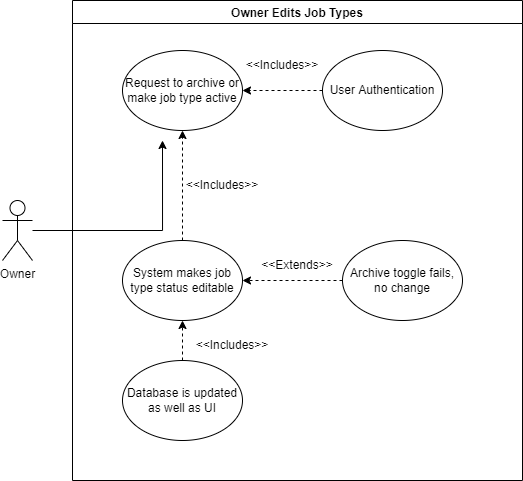
The draw.io diagram docs/use_case_diagrams/OwnerEditsJobTypes-UCD.png in Simponic/JobFindr, before a commit. Source tidied: cells renumbered, new cells last; positions are measured from the earlier drawing's top-left corner, leaving out a move shared by most shapes. Its diagram source:
```xml
<mxGraphModel>
  <root>
    <mxCell id="0" />
    <mxCell id="1" parent="0" />
    <mxCell id="2" value="Owner Edits Job Types" style="swimlane;" parent="1" vertex="1">
      <mxGeometry x="70" width="450" height="480" as="geometry" />
    </mxCell>
    <mxCell id="3" value="Request to archive or make job type active" style="ellipse;whiteSpace=wrap;html=1;" parent="2" vertex="1">
      <mxGeometry x="50" y="50" width="120" height="80" as="geometry" />
    </mxCell>
    <mxCell id="4" style="edgeStyle=orthogonalEdgeStyle;rounded=0;jettySize=auto;html=1;entryX=1;entryY=0.5;entryDx=0;entryDy=0;dashed=1;" parent="2" edge="1" source="5" target="3">
      <mxGeometry relative="1" as="geometry" />
    </mxCell>
    <mxCell id="5" value="User Authentication" style="ellipse;whiteSpace=wrap;html=1;" parent="2" vertex="1">
      <mxGeometry x="250" y="50" width="120" height="80" as="geometry" />
    </mxCell>
    <mxCell id="6" style="edgeStyle=orthogonalEdgeStyle;rounded=0;jettySize=auto;html=1;dashed=1;" parent="2" edge="1" source="7" target="3">
      <mxGeometry relative="1" as="geometry" />
    </mxCell>
    <mxCell id="7" value="System makes job type status editable" style="ellipse;whiteSpace=wrap;html=1;" parent="2" vertex="1">
      <mxGeometry x="50" y="240" width="120" height="80" as="geometry" />
    </mxCell>
    <mxCell id="8" style="edgeStyle=orthogonalEdgeStyle;rounded=0;jettySize=auto;html=1;entryX=1;entryY=0.5;entryDx=0;entryDy=0;dashed=1;" parent="2" edge="1" source="9" target="7">
      <mxGeometry relative="1" as="geometry" />
    </mxCell>
    <mxCell id="9" value="Archive toggle fails, no change" style="ellipse;whiteSpace=wrap;html=1;" parent="2" vertex="1">
      <mxGeometry x="270" y="240" width="120" height="80" as="geometry" />
    </mxCell>
    <mxCell id="10" value="Database is updated as well as UI" style="ellipse;whiteSpace=wrap;html=1;" parent="2" vertex="1">
      <mxGeometry x="50" y="360" width="120" height="80" as="geometry" />
    </mxCell>
    <mxCell id="11" style="edgeStyle=orthogonalEdgeStyle;rounded=0;jettySize=auto;html=1;dashed=1;entryX=0.5;entryY=1;entryDx=0;entryDy=0;" parent="2" edge="1" source="10" target="7">
      <mxGeometry relative="1" as="geometry" />
    </mxCell>
    <mxCell id="12" value="&amp;lt;&amp;lt;Includes&amp;gt;&amp;gt;" style="text;html=1;strokeColor=none;fillColor=none;align=center;verticalAlign=middle;whiteSpace=wrap;rounded=0;" parent="2" vertex="1">
      <mxGeometry x="180" y="50" width="60" height="30" as="geometry" />
    </mxCell>
    <mxCell id="13" value="&amp;lt;&amp;lt;Includes&amp;gt;&amp;gt;" style="text;html=1;strokeColor=none;fillColor=none;align=center;verticalAlign=middle;whiteSpace=wrap;rounded=0;" parent="2" vertex="1">
      <mxGeometry x="130" y="330" width="60" height="30" as="geometry" />
    </mxCell>
    <mxCell id="14" value="&amp;lt;&amp;lt;Includes&amp;gt;&amp;gt;" style="text;html=1;strokeColor=none;fillColor=none;align=center;verticalAlign=middle;whiteSpace=wrap;rounded=0;" parent="2" vertex="1">
      <mxGeometry x="120" y="170" width="60" height="30" as="geometry" />
    </mxCell>
    <mxCell id="15" value="&amp;lt;&amp;lt;Extends&amp;gt;&amp;gt;" style="text;html=1;strokeColor=none;fillColor=none;align=center;verticalAlign=middle;whiteSpace=wrap;rounded=0;" parent="2" vertex="1">
      <mxGeometry x="195" y="250" width="60" height="30" as="geometry" />
    </mxCell>
    <mxCell id="16" style="edgeStyle=orthogonalEdgeStyle;rounded=0;jettySize=auto;html=1;" parent="1" edge="1" source="17">
      <mxGeometry relative="1" as="geometry">
        <mxPoint x="160" y="140" as="targetPoint" />
      </mxGeometry>
    </mxCell>
    <mxCell id="17" value="Owner" style="shape=umlActor;verticalLabelPosition=bottom;verticalAlign=top;html=1;outlineConnect=0;" parent="1" vertex="1">
      <mxGeometry y="200" width="30" height="60" as="geometry" />
    </mxCell>
  </root>
</mxGraphModel>
```
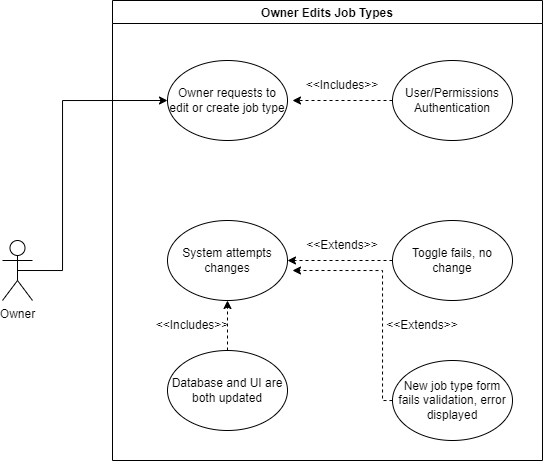
Later version of the same file.

Diff of the diagram source:
```diff
@@ -3,54 +3,68 @@
     <mxCell id="0" />
     <mxCell id="1" parent="0" />
     <mxCell id="2" value="Owner Edits Job Types" style="swimlane;" parent="1" vertex="1">
-      <mxGeometry x="70" width="450" height="480" as="geometry" />
+      <mxGeometry x="100" y="-110" width="430" height="460" as="geometry" />
     </mxCell>
-    <mxCell id="3" value="Request to archive or make job type active" style="ellipse;whiteSpace=wrap;html=1;" parent="2" vertex="1">
-      <mxGeometry x="50" y="50" width="120" height="80" as="geometry" />
-    </mxCell>
-    <mxCell id="4" style="edgeStyle=orthogonalEdgeStyle;rounded=0;jettySize=auto;html=1;entryX=1;entryY=0.5;entryDx=0;entryDy=0;dashed=1;" parent="2" edge="1" source="5" target="3">
-      <mxGeometry relative="1" as="geometry" />
-    </mxCell>
-    <mxCell id="5" value="User Authentication" style="ellipse;whiteSpace=wrap;html=1;" parent="2" vertex="1">
-      <mxGeometry x="250" y="50" width="120" height="80" as="geometry" />
-    </mxCell>
-    <mxCell id="6" style="edgeStyle=orthogonalEdgeStyle;rounded=0;jettySize=auto;html=1;dashed=1;" parent="2" edge="1" source="7" target="3">
-      <mxGeometry relative="1" as="geometry" />
-    </mxCell>
-    <mxCell id="7" value="System makes job type status editable" style="ellipse;whiteSpace=wrap;html=1;" parent="2" vertex="1">
-      <mxGeometry x="50" y="240" width="120" height="80" as="geometry" />
-    </mxCell>
-    <mxCell id="8" style="edgeStyle=orthogonalEdgeStyle;rounded=0;jettySize=auto;html=1;entryX=1;entryY=0.5;entryDx=0;entryDy=0;dashed=1;" parent="2" edge="1" source="9" target="7">
-      <mxGeometry relative="1" as="geometry" />
-    </mxCell>
-    <mxCell id="9" value="Archive toggle fails, no change" style="ellipse;whiteSpace=wrap;html=1;" parent="2" vertex="1">
-      <mxGeometry x="270" y="240" width="120" height="80" as="geometry" />
-    </mxCell>
-    <mxCell id="10" value="Database is updated as well as UI" style="ellipse;whiteSpace=wrap;html=1;" parent="2" vertex="1">
-      <mxGeometry x="50" y="360" width="120" height="80" as="geometry" />
-    </mxCell>
-    <mxCell id="11" style="edgeStyle=orthogonalEdgeStyle;rounded=0;jettySize=auto;html=1;dashed=1;entryX=0.5;entryY=1;entryDx=0;entryDy=0;" parent="2" edge="1" source="10" target="7">
-      <mxGeometry relative="1" as="geometry" />
-    </mxCell>
-    <mxCell id="12" value="&amp;lt;&amp;lt;Includes&amp;gt;&amp;gt;" style="text;html=1;strokeColor=none;fillColor=none;align=center;verticalAlign=middle;whiteSpace=wrap;rounded=0;" parent="2" vertex="1">
-      <mxGeometry x="180" y="50" width="60" height="30" as="geometry" />
-    </mxCell>
-    <mxCell id="13" value="&amp;lt;&amp;lt;Includes&amp;gt;&amp;gt;" style="text;html=1;strokeColor=none;fillColor=none;align=center;verticalAlign=middle;whiteSpace=wrap;rounded=0;" parent="2" vertex="1">
-      <mxGeometry x="130" y="330" width="60" height="30" as="geometry" />
-    </mxCell>
-    <mxCell id="14" value="&amp;lt;&amp;lt;Includes&amp;gt;&amp;gt;" style="text;html=1;strokeColor=none;fillColor=none;align=center;verticalAlign=middle;whiteSpace=wrap;rounded=0;" parent="2" vertex="1">
-      <mxGeometry x="120" y="170" width="60" height="30" as="geometry" />
-    </mxCell>
-    <mxCell id="15" value="&amp;lt;&amp;lt;Extends&amp;gt;&amp;gt;" style="text;html=1;strokeColor=none;fillColor=none;align=center;verticalAlign=middle;whiteSpace=wrap;rounded=0;" parent="2" vertex="1">
-      <mxGeometry x="195" y="250" width="60" height="30" as="geometry" />
-    </mxCell>
-    <mxCell id="16" style="edgeStyle=orthogonalEdgeStyle;rounded=0;jettySize=auto;html=1;" parent="1" edge="1" source="17">
-      <mxGeometry relative="1" as="geometry">
-        <mxPoint x="160" y="140" as="targetPoint" />
-      </mxGeometry>
-    </mxCell>
+    <mxCell id="18" value="Owner requests to edit or create job type" style="ellipse;whiteSpace=wrap;html=1;" parent="2" vertex="1">
+      <mxGeometry x="55" y="60" width="120" height="80" as="geometry" />
+    </mxCell>
+    <mxCell id="19" value="User/Permissions&lt;br&gt;Authentication" style="ellipse;whiteSpace=wrap;html=1;" parent="2" vertex="1">
+      <mxGeometry x="280" y="60" width="120" height="80" as="geometry" />
+    </mxCell>
+    <mxCell id="20" value="System attempts changes" style="ellipse;whiteSpace=wrap;html=1;" parent="2" vertex="1">
+      <mxGeometry x="55" y="220" width="120" height="80" as="geometry" />
+    </mxCell>
+    <mxCell id="21" style="edgeStyle=orthogonalEdgeStyle;rounded=0;jettySize=auto;html=1;dashed=1;" parent="2" edge="1" source="22" target="20">
+      <mxGeometry relative="1" as="geometry" />
+    </mxCell>
+    <mxCell id="22" value="Toggle fails, no change" style="ellipse;whiteSpace=wrap;html=1;" parent="2" vertex="1">
+      <mxGeometry x="280" y="220" width="120" height="80" as="geometry" />
+    </mxCell>
+    <mxCell id="23" value="New job type form fails validation, error displayed" style="ellipse;whiteSpace=wrap;html=1;" parent="2" vertex="1">
+      <mxGeometry x="280" y="360" width="120" height="80" as="geometry" />
+    </mxCell>
+    <mxCell id="24" style="edgeStyle=orthogonalEdgeStyle;rounded=0;jettySize=auto;html=1;entryX=0.5;entryY=1;entryDx=0;entryDy=0;dashed=1;" parent="2" edge="1" source="25" target="20">
+      <mxGeometry relative="1" as="geometry" />
+    </mxCell>
+    <mxCell id="25" value="Database and UI are both updated" style="ellipse;whiteSpace=wrap;html=1;" parent="2" vertex="1">
+      <mxGeometry x="55" y="350" width="120" height="80" as="geometry" />
+    </mxCell>
+    <mxCell id="26" value="&amp;lt;&amp;lt;Includes&amp;gt;&amp;gt;" style="text;html=1;strokeColor=none;fillColor=none;align=center;verticalAlign=middle;whiteSpace=wrap;rounded=0;" parent="2" vertex="1">
+      <mxGeometry x="200" y="70" width="60" height="30" as="geometry" />
+    </mxCell>
+    <mxCell id="27" value="&amp;lt;&amp;lt;Includes&amp;gt;&amp;gt;" style="text;html=1;strokeColor=none;fillColor=none;align=center;verticalAlign=middle;whiteSpace=wrap;rounded=0;" parent="2" vertex="1">
+      <mxGeometry x="50" y="310" width="60" height="30" as="geometry" />
+    </mxCell>
+    <mxCell id="28" value="&amp;lt;&amp;lt;Extends&amp;gt;&amp;gt;" style="text;html=1;strokeColor=none;fillColor=none;align=center;verticalAlign=middle;whiteSpace=wrap;rounded=0;" parent="2" vertex="1">
+      <mxGeometry x="200" y="230" width="60" height="30" as="geometry" />
+    </mxCell>
+    <mxCell id="29" value="&amp;lt;&amp;lt;Extends&amp;gt;&amp;gt;" style="text;html=1;strokeColor=none;fillColor=none;align=center;verticalAlign=middle;whiteSpace=wrap;rounded=0;" parent="2" vertex="1">
+      <mxGeometry x="280" y="310" width="60" height="30" as="geometry" />
+    </mxCell>
+    <mxCell id="30" style="edgeStyle=orthogonalEdgeStyle;rounded=0;jettySize=auto;html=1;exitX=0.5;exitY=0.5;exitDx=0;exitDy=0;exitPerimeter=0;entryX=0;entryY=0.5;entryDx=0;entryDy=0;" parent="1" edge="1" source="17" target="18">
+      <mxGeometry relative="1" as="geometry">
+        <Array as="points">
+          <mxPoint x="50" y="160" />
+          <mxPoint x="50" y="-10" />
+        </Array>
+      </mxGeometry>
+    </mxCell>
     <mxCell id="17" value="Owner" style="shape=umlActor;verticalLabelPosition=bottom;verticalAlign=top;html=1;outlineConnect=0;" parent="1" vertex="1">
-      <mxGeometry y="200" width="30" height="60" as="geometry" />
+      <mxGeometry x="-10" y="130" width="30" height="60" as="geometry" />
     </mxCell>
+    <mxCell id="31" style="edgeStyle=orthogonalEdgeStyle;rounded=0;jettySize=auto;html=1;dashed=1;" parent="1" edge="1" source="19">
+      <mxGeometry relative="1" as="geometry">
+        <mxPoint x="280" y="-10" as="targetPoint" />
+      </mxGeometry>
+    </mxCell>
+    <mxCell id="32" style="edgeStyle=orthogonalEdgeStyle;rounded=0;jettySize=auto;html=1;dashed=1;" parent="1" edge="1" source="23">
+      <mxGeometry relative="1" as="geometry">
+        <mxPoint x="280" y="160" as="targetPoint" />
+        <Array as="points">
+          <mxPoint x="370" y="290" />
+          <mxPoint x="370" y="160" />
+        </Array>
+      </mxGeometry>
+    </mxCell>
   </root>
 </mxGraphModel>
```
